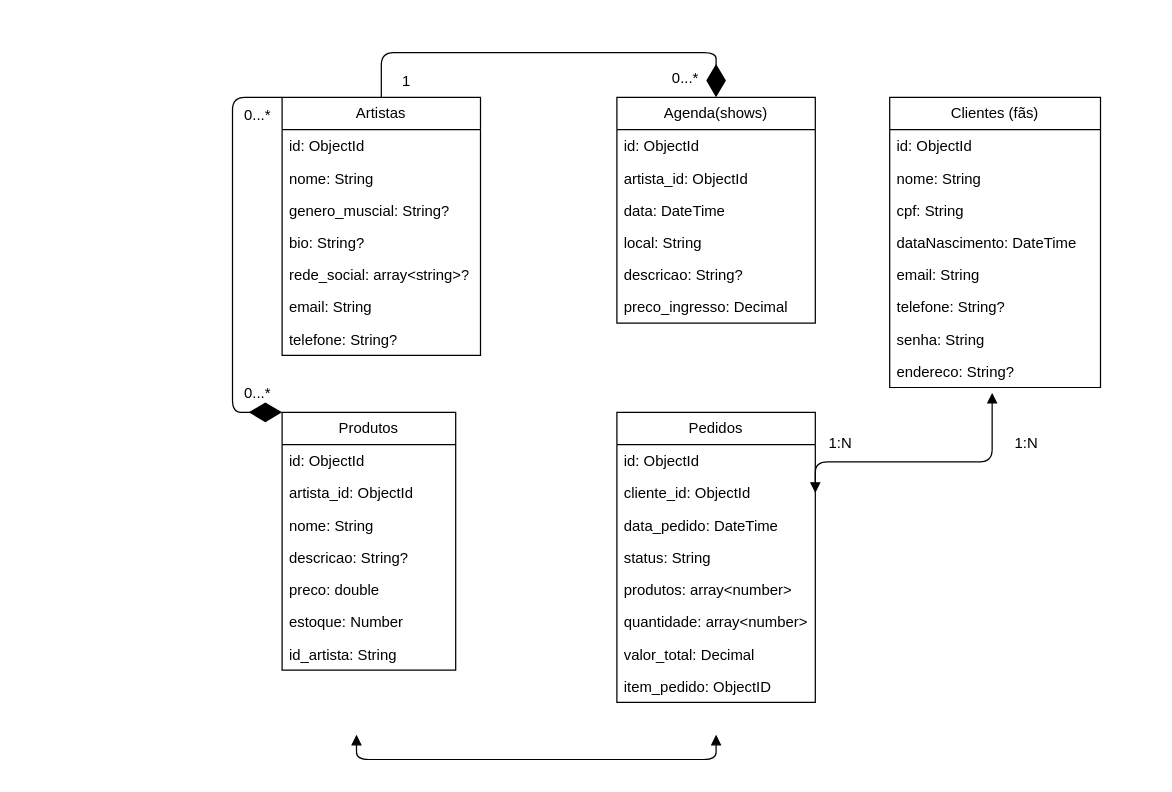
The draw.io diagram page "ARTISTAS" (1 of 2) of docs/NoAm.drawio in FatecFranca/DSM-P3-G02-2025-2, before the edit. Source tidied: cells renumbered, new cells numbered last; positions are measured from the earlier drawing's top-left corner, leaving out a move shared by most shapes. Both pictures are drawn from the tidied source at 124%, with x=0, y=0 at pixel (232, 52).
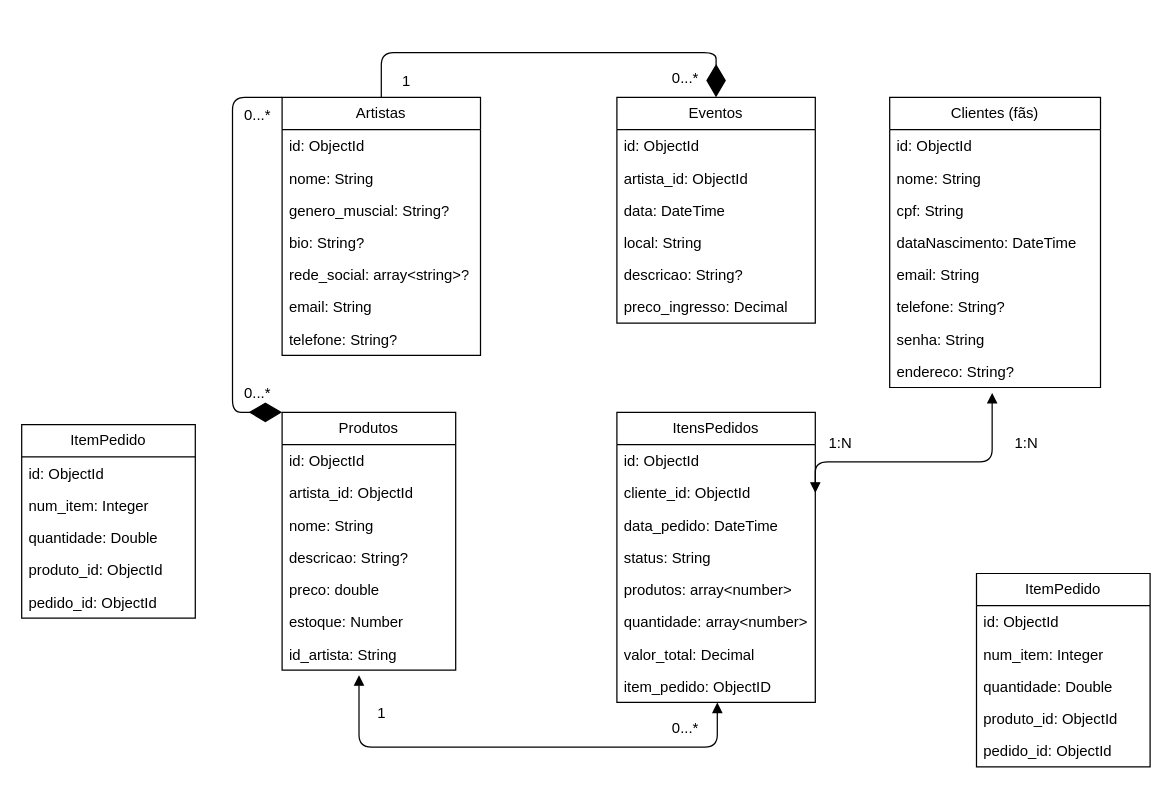
The same page after the edit.

Commit message (it also covers changes not shown here):
correção das relações e cardinalidades do esquema no drawio e PDF

Unchanged cells that the change refers to:
```xml
<mxCell id="26" value="id_artista: String" style="text;strokeColor=none;fillColor=none;align=left;verticalAlign=top;spacingLeft=4;spacingRight=4;overflow=hidden;points=[[0,0.5],[1,0.5]];portConstraint=eastwest;whiteSpace=wrap;html=1;" parent="19" vertex="1">
  <mxGeometry y="182" width="140" height="26" as="geometry" />
</mxCell>
<mxCell id="42" value="item_pedido: ObjectID" style="text;strokeColor=none;fillColor=none;align=left;verticalAlign=top;spacingLeft=4;spacingRight=4;overflow=hidden;points=[[0,0.5],[1,0.5]];portConstraint=eastwest;whiteSpace=wrap;html=1;" parent="34" vertex="1">
  <mxGeometry y="208" width="160" height="26" as="geometry" />
</mxCell>
```

The edit, as a diff of the source:
```diff
@@
-    <mxCell id="27" value="Agenda(shows)" style="swimlane;fontStyle=0;horizontal=1;startSize=26;fillColor=none;whiteSpace=wrap;html=1;" parent="1" vertex="1">
+    <mxCell id="27" value="Eventos" style="swimlane;fontStyle=0;horizontal=1;startSize=26;fillColor=none;whiteSpace=wrap;html=1;" parent="1" vertex="1">
       <mxGeometry x="310" y="36" width="160" height="182" as="geometry" />
     </mxCell>
@@
-    <mxCell id="34" value="Pedidos" style="swimlane;fontStyle=0;horizontal=1;startSize=26;fillColor=none;whiteSpace=wrap;html=1;" parent="1" vertex="1">
+    <mxCell id="34" value="ItensPedidos" style="swimlane;fontStyle=0;horizontal=1;startSize=26;fillColor=none;whiteSpace=wrap;html=1;" parent="1" vertex="1">
       <mxGeometry x="310" y="290" width="160" height="234" as="geometry" />
     </mxCell>
@@
-    <mxCell id="43" style="endArrow=block;startArrow=block;endFill=1;startFill=1;html=1;edgeStyle=elbowEdgeStyle;elbow=vertical;" parent="1" edge="1">
+    <mxCell id="43" style="endArrow=block;startArrow=block;endFill=1;startFill=1;html=1;edgeStyle=elbowEdgeStyle;elbow=vertical;entryX=0.506;entryY=1;entryDx=0;entryDy=0;entryPerimeter=0;exitX=0.443;exitY=1.154;exitDx=0;exitDy=0;exitPerimeter=0;" parent="1" edge="1" source="26" target="42">
       <mxGeometry relative="1" as="geometry">
-        <mxPoint x="100" y="550" as="sourcePoint" />
-        <mxPoint x="390" y="550" as="targetPoint" />
         <Array as="points">
-          <mxPoint x="250" y="570" />
+          <mxPoint x="250" y="560" />
         </Array>
       </mxGeometry>
     </mxCell>
@@
+    <mxCell id="53" value="0...*" style="text;html=1;align=center;verticalAlign=middle;strokeColor=none;fillColor=none;" parent="1" vertex="1">
+      <mxGeometry x="345" y="530" width="40" height="30" as="geometry" />
+    </mxCell>
+    <mxCell id="54" value="1" style="text;html=1;align=center;verticalAlign=middle;strokeColor=none;fillColor=none;" parent="1" vertex="1">
+      <mxGeometry x="105" y="518" width="30" height="30" as="geometry" />
+    </mxCell>
+    <mxCell id="55" value="ItemPedido" style="swimlane;fontStyle=0;horizontal=1;startSize=26;fillColor=none;whiteSpace=wrap;html=1;" parent="1" vertex="1">
+      <mxGeometry x="-170" y="300" width="140" height="156" as="geometry" />
+    </mxCell>
+    <mxCell id="56" value="id: ObjectId" style="text;strokeColor=none;fillColor=none;align=left;verticalAlign=top;spacingLeft=4;spacingRight=4;overflow=hidden;whiteSpace=wrap;html=1;" parent="55" vertex="1">
+      <mxGeometry y="26" width="140" height="26" as="geometry" />
+    </mxCell>
+    <mxCell id="57" value="num_item: Integer" style="text;strokeColor=none;fillColor=none;align=left;verticalAlign=top;spacingLeft=4;spacingRight=4;overflow=hidden;whiteSpace=wrap;html=1;" parent="55" vertex="1">
+      <mxGeometry y="52" width="140" height="26" as="geometry" />
+    </mxCell>
+    <mxCell id="58" value="quantidade: Double" style="text;strokeColor=none;fillColor=none;align=left;verticalAlign=top;spacingLeft=4;spacingRight=4;overflow=hidden;whiteSpace=wrap;html=1;" parent="55" vertex="1">
+      <mxGeometry y="78" width="140" height="26" as="geometry" />
+    </mxCell>
+    <mxCell id="59" value="produto_id: ObjectId" style="text;strokeColor=none;fillColor=none;align=left;verticalAlign=top;spacingLeft=4;spacingRight=4;overflow=hidden;whiteSpace=wrap;html=1;" parent="55" vertex="1">
+      <mxGeometry y="104" width="140" height="26" as="geometry" />
+    </mxCell>
+    <mxCell id="60" value="pedido_id: ObjectId" style="text;strokeColor=none;fillColor=none;align=left;verticalAlign=top;spacingLeft=4;spacingRight=4;overflow=hidden;whiteSpace=wrap;html=1;" parent="55" vertex="1">
+      <mxGeometry y="130" width="140" height="26" as="geometry" />
+    </mxCell>
+    <mxCell id="61" value="ItemPedido" style="swimlane;fontStyle=0;horizontal=1;startSize=26;fillColor=none;whiteSpace=wrap;html=1;" parent="1" vertex="1">
+      <mxGeometry x="600" y="420" width="140" height="156" as="geometry" />
+    </mxCell>
+    <mxCell id="62" value="id: ObjectId" style="text;strokeColor=none;fillColor=none;align=left;verticalAlign=top;spacingLeft=4;spacingRight=4;overflow=hidden;whiteSpace=wrap;html=1;" parent="61" vertex="1">
+      <mxGeometry y="26" width="140" height="26" as="geometry" />
+    </mxCell>
+    <mxCell id="63" value="num_item: Integer" style="text;strokeColor=none;fillColor=none;align=left;verticalAlign=top;spacingLeft=4;spacingRight=4;overflow=hidden;whiteSpace=wrap;html=1;" parent="61" vertex="1">
+      <mxGeometry y="52" width="140" height="26" as="geometry" />
+    </mxCell>
+    <mxCell id="64" value="quantidade: Double" style="text;strokeColor=none;fillColor=none;align=left;verticalAlign=top;spacingLeft=4;spacingRight=4;overflow=hidden;whiteSpace=wrap;html=1;" parent="61" vertex="1">
+      <mxGeometry y="78" width="140" height="26" as="geometry" />
+    </mxCell>
+    <mxCell id="65" value="produto_id: ObjectId" style="text;strokeColor=none;fillColor=none;align=left;verticalAlign=top;spacingLeft=4;spacingRight=4;overflow=hidden;whiteSpace=wrap;html=1;" parent="61" vertex="1">
+      <mxGeometry y="104" width="140" height="26" as="geometry" />
+    </mxCell>
+    <mxCell id="66" value="pedido_id: ObjectId" style="text;strokeColor=none;fillColor=none;align=left;verticalAlign=top;spacingLeft=4;spacingRight=4;overflow=hidden;whiteSpace=wrap;html=1;" parent="61" vertex="1">
+      <mxGeometry y="130" width="140" height="26" as="geometry" />
+    </mxCell>
```
